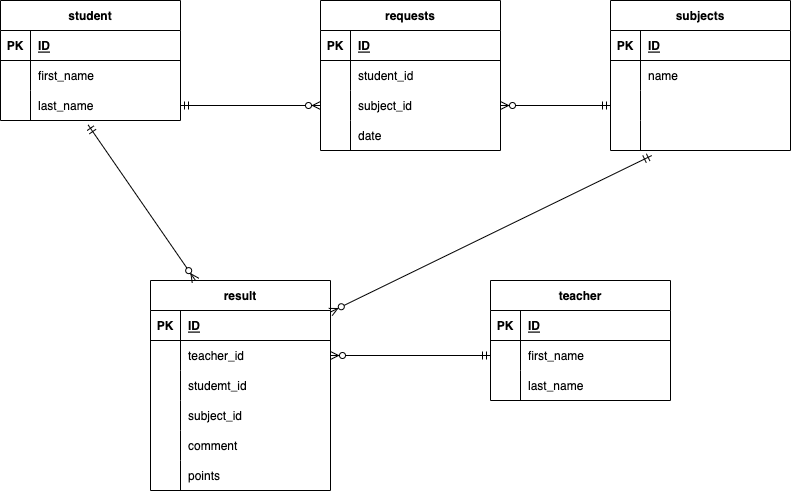
The draw.io diagram index.drawio.png in uenomanami/20221101coachtech, before a commit. Source tidied: cells renumbered, new cells last; positions are measured from the earlier drawing's top-left corner, leaving out a move shared by most shapes.
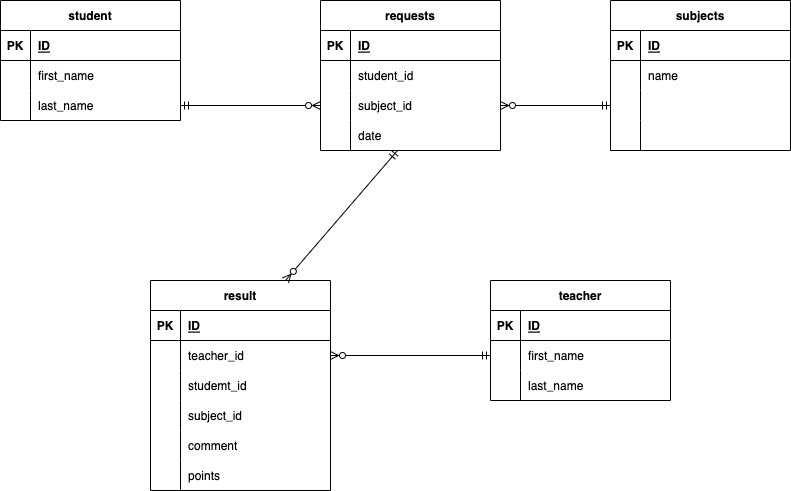
After the commit.

What changed in the source:
```diff
@@ -203,14 +203,11 @@
     <mxCell id="68" value="points" style="shape=partialRectangle;fillColor=none;top=0;left=0;bottom=0;right=0;align=left;spacingLeft=6;overflow=hidden;" parent="66" vertex="1">
       <mxGeometry x="30" width="150" height="30" as="geometry" />
     </mxCell>
-    <mxCell id="69" style="fontSize=12;html=1;endArrow=ERzeroToMany;startArrow=ERmandOne;exitX=0.487;exitY=1.149;exitDx=0;exitDy=0;exitPerimeter=0;entryX=0.25;entryY=0;entryDx=0;entryDy=0;" parent="1" edge="1" source="22" target="50">
+    <mxCell id="69" style="fontSize=12;html=1;endArrow=ERzeroToMany;startArrow=ERmandOne;entryX=0.75;entryY=0;entryDx=0;entryDy=0;" parent="1" edge="1" source="35" target="50">
       <mxGeometry relative="1" as="geometry" />
     </mxCell>
     <mxCell id="70" style="fontSize=12;html=1;endArrow=ERzeroToMany;startArrow=ERmandOne;exitX=0;exitY=0.5;exitDx=0;exitDy=0;entryX=1;entryY=0.5;entryDx=0;entryDy=0;" parent="1" edge="1" source="44" target="54">
       <mxGeometry relative="1" as="geometry" />
     </mxCell>
-    <mxCell id="71" style="fontSize=12;html=1;endArrow=ERzeroToMany;startArrow=ERmandOne;exitX=0.229;exitY=1.169;exitDx=0;exitDy=0;exitPerimeter=0;entryX=1;entryY=0.15;entryDx=0;entryDy=0;entryPerimeter=0;" parent="1" edge="1" source="12" target="50">
-      <mxGeometry relative="1" as="geometry" />
-    </mxCell>
   </root>
 </mxGraphModel>
```
